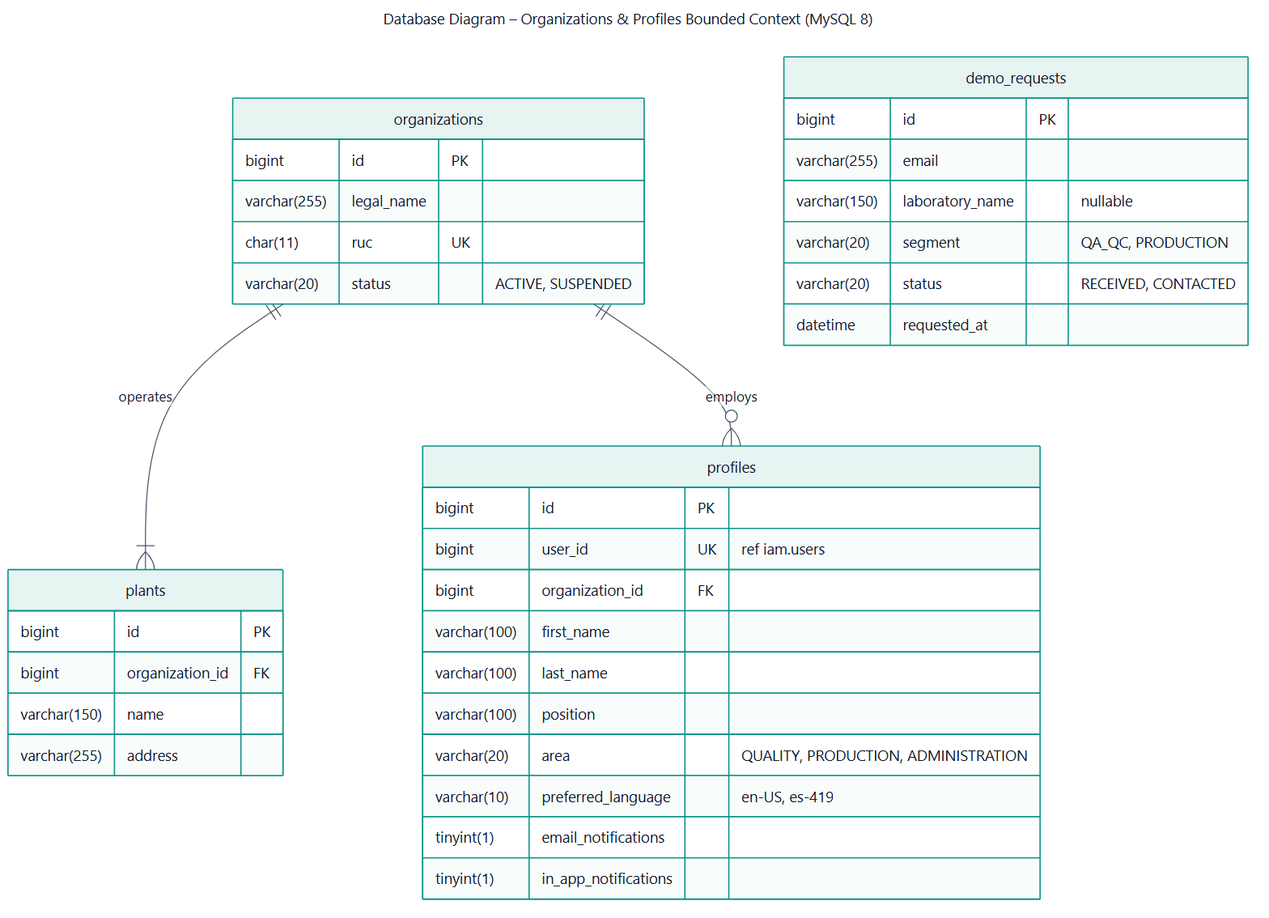
This is assets/img/chapter4/database/db-02-organizations.png from IngesCompany-7742/IngesCompany-Project-Report, a Mermaid export, as it was before one commit. Its source is kept beside it as assets/diagrams/mermaid/db-02-organizations.mmd.
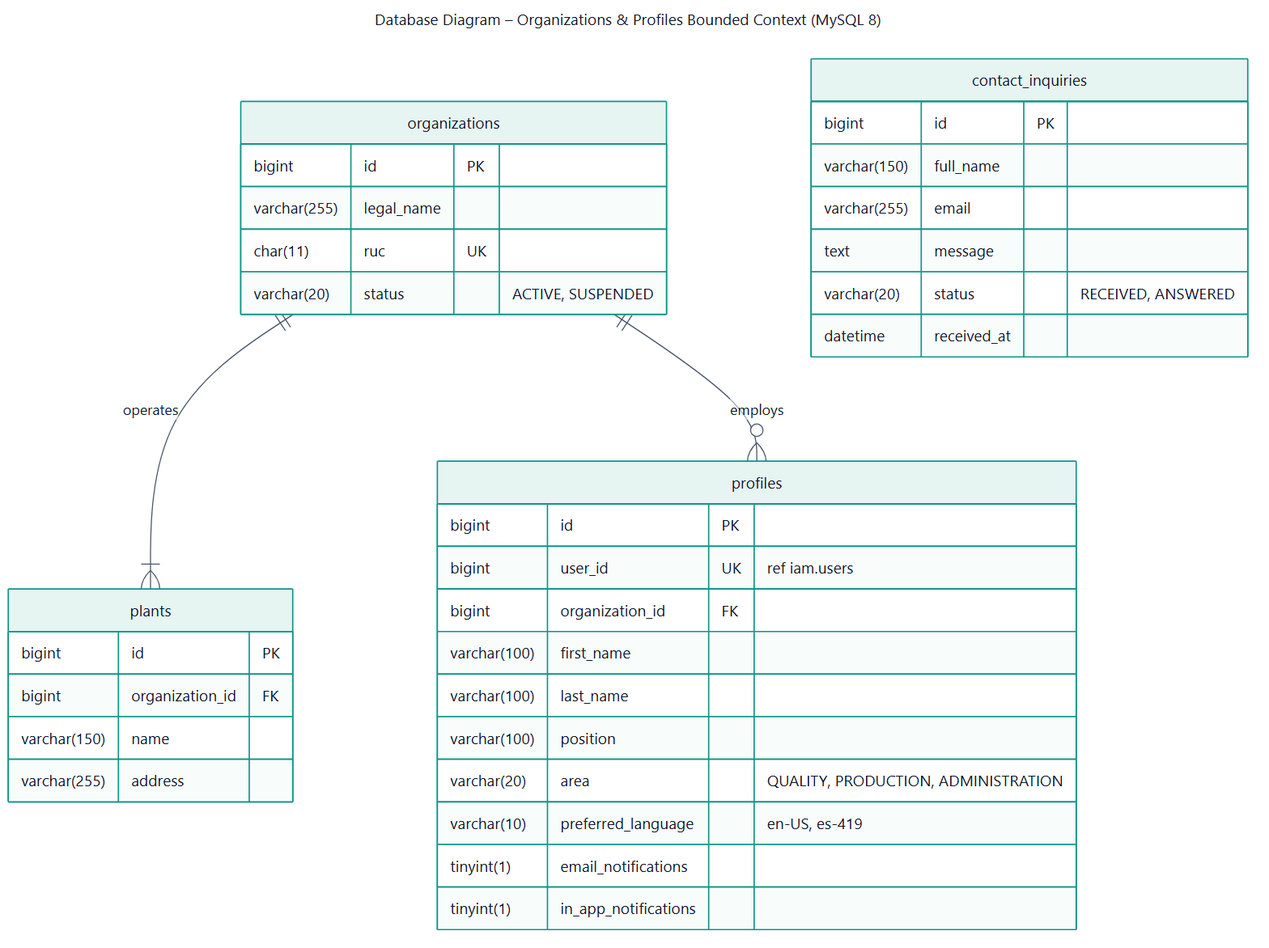
Above is the later version.

What changed in the source:
```diff
@@ -26,13 +26,13 @@
     tinyint(1) email_notifications
     tinyint(1) in_app_notifications
   }
-  demo_requests {
+  contact_inquiries {
     bigint id PK
+    varchar(150) full_name
     varchar(255) email
-    varchar(150) laboratory_name "nullable"
-    varchar(20) segment "QA_QC, PRODUCTION"
-    varchar(20) status "RECEIVED, CONTACTED"
-    datetime requested_at
+    text message
+    varchar(20) status "RECEIVED, ANSWERED"
+    datetime received_at
   }
   organizations ||--|{ plants : "operates"
   organizations ||--o{ profiles : "employs"
```
